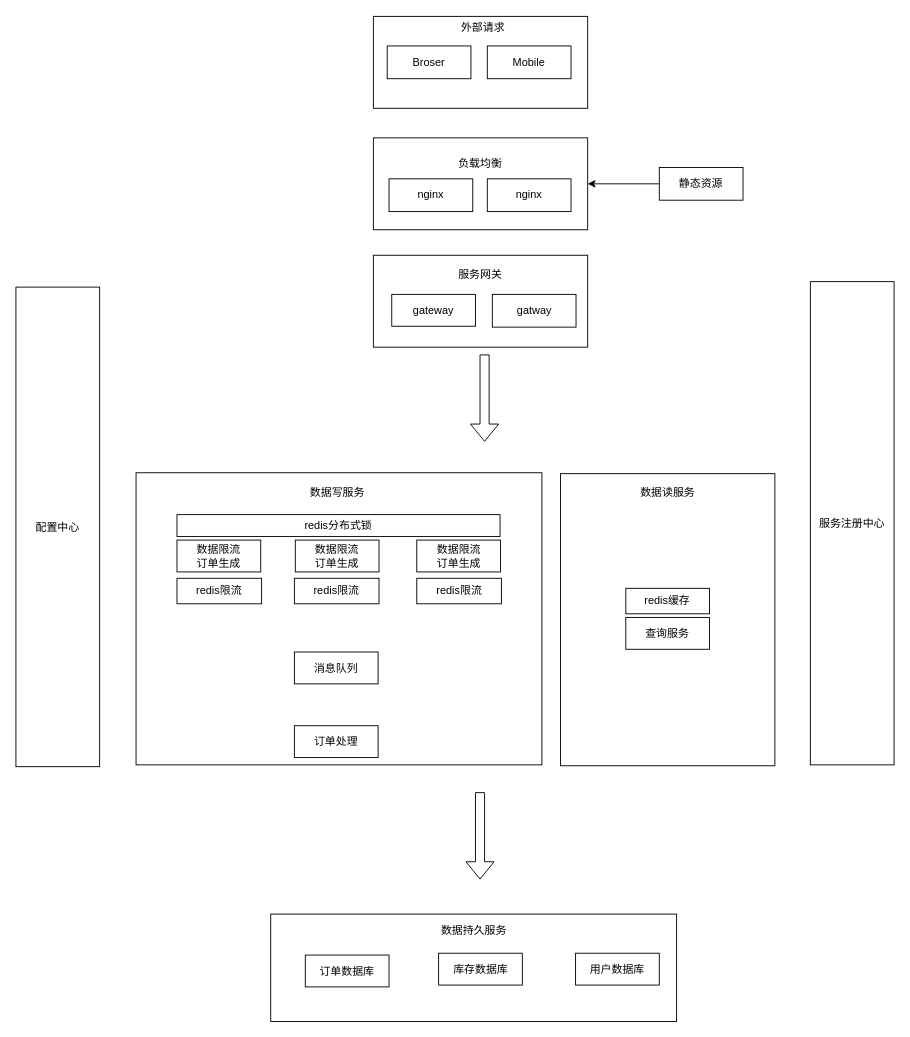
The draw.io diagram architecture.drawio in Ln-Yangzl/sale-mall, before the edit. Source tidied: cells renumbered, new cells numbered last; positions are measured from the earlier drawing's top-left corner, leaving out a move shared by most shapes. Both pictures are drawn from the tidied source at 91%, with x=0, y=0 at pixel (15, 15).
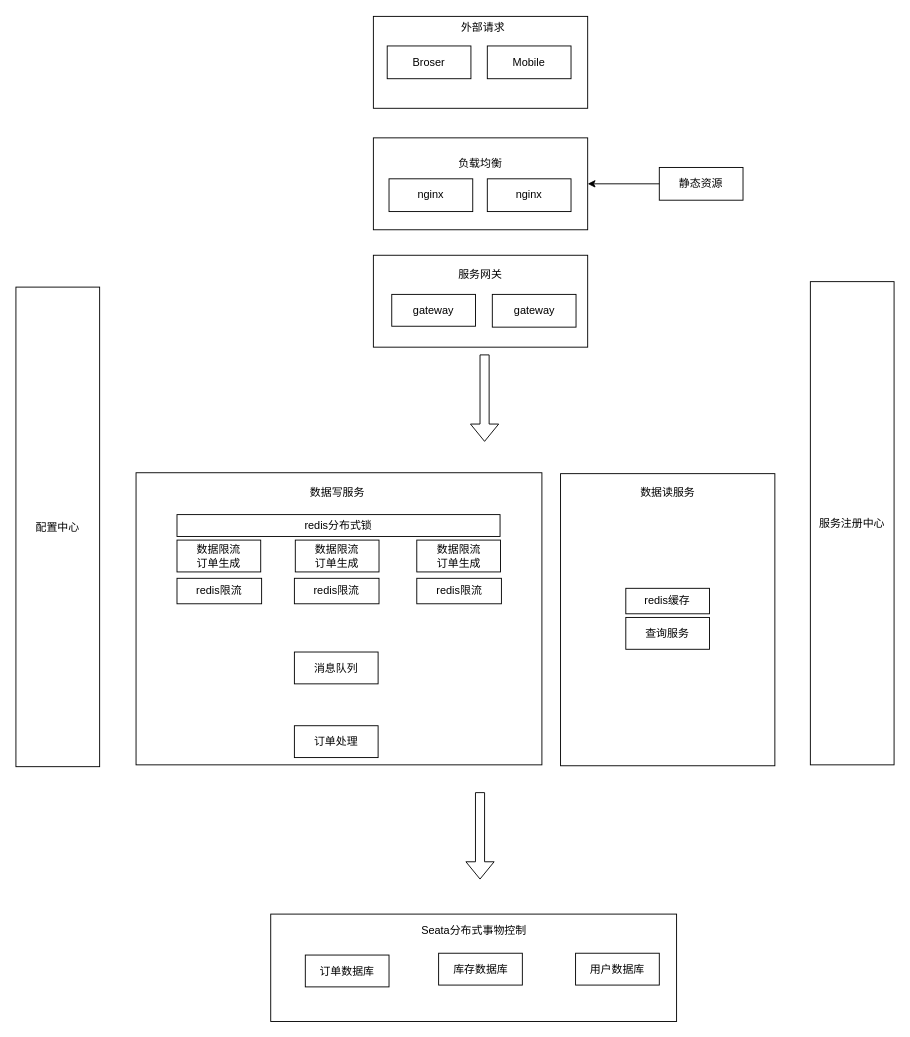
The same diagram, later.

Change to the diagram source:
```diff
@@
-    <mxCell id="13" value="gatway" style="rounded=0;whiteSpace=wrap;html=1;fillColor=none;strokeColor=#000000;fontColor=#000000;" parent="1" vertex="1">
+    <mxCell id="13" value="gateway" style="rounded=0;whiteSpace=wrap;html=1;fillColor=none;strokeColor=#000000;fontColor=#000000;" parent="1" vertex="1">
       <mxGeometry x="523.5" y="306" width="92" height="36" as="geometry" />
     </mxCell>
@@
-    <mxCell id="34" value="数据持久服务" style="text;html=1;strokeColor=none;fillColor=none;align=center;verticalAlign=middle;whiteSpace=wrap;rounded=0;fontColor=#000000;" parent="1" vertex="1">
-      <mxGeometry x="445.5" y="995" width="115" height="20" as="geometry" />
+    <mxCell id="34" value="Seata分布式事物控制" style="text;html=1;strokeColor=none;fillColor=none;align=center;verticalAlign=middle;whiteSpace=wrap;rounded=0;fontColor=#000000;" parent="1" vertex="1">
+      <mxGeometry x="440.8" y="995" width="124.5" height="20" as="geometry" />
     </mxCell>
```
